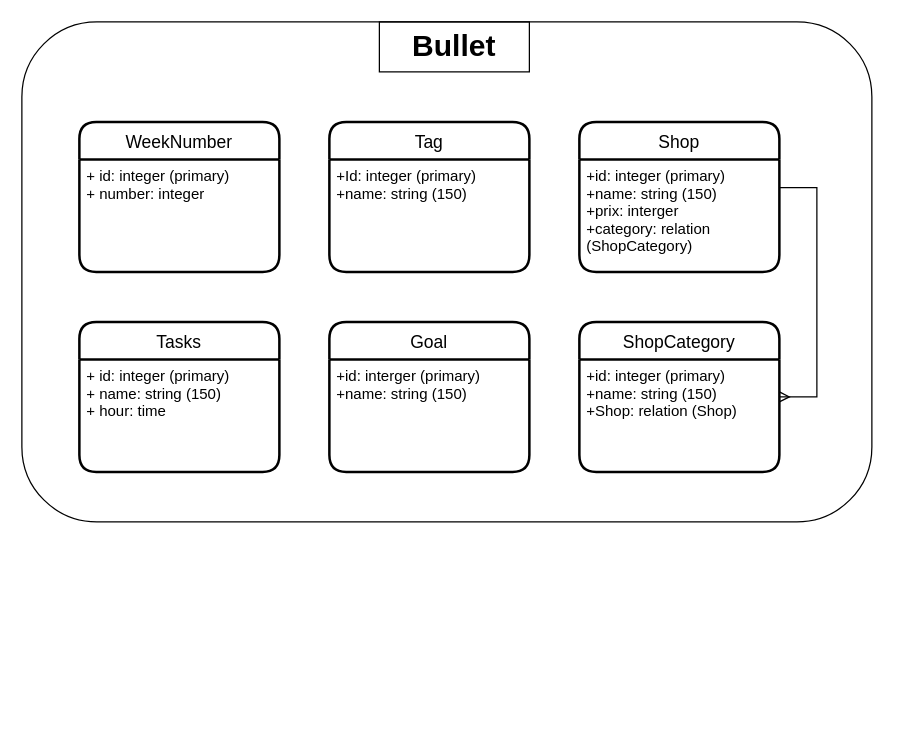
The draw.io diagram public/Bullet.drawio in gwendvr/Portfolio-Gwen, before the edit. Source tidied: cells renumbered, new cells numbered last; positions are measured from the earlier drawing's top-left corner, leaving out a move shared by most shapes. Both pictures are drawn from the tidied source at 125%, with x=0, y=0 at pixel (21, 21).
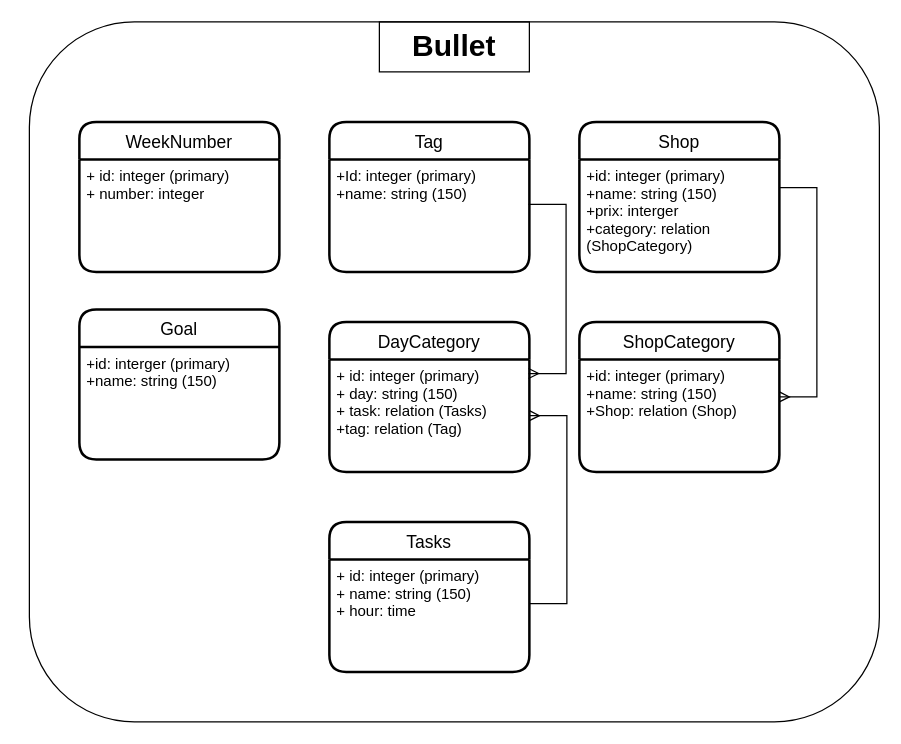
The same diagram, later.

The change refers to these unchanged cells:
```xml
<mxCell id="6" value="+ id: integer (primary)&#10;+ name: string (150)&#10;+ hour: time" style="align=left;strokeColor=none;fillColor=none;spacingLeft=4;fontSize=12;verticalAlign=top;" parent="5" vertex="1">
  <mxGeometry y="30" width="160" height="90" as="geometry" />
</mxCell>
<mxCell id="8" value="+Id: integer (primary)&#10;+name: string (150)" style="align=left;strokeColor=none;fillColor=none;spacingLeft=4;fontSize=12;verticalAlign=top;" parent="7" vertex="1">
  <mxGeometry y="30" width="160" height="90" as="geometry" />
</mxCell>
```

What changed in the source:
```diff
@@
     <mxCell id="4" style="rounded=1;whiteSpace=wrap;html=1;fillColor=none;" parent="1" vertex="1">
-      <mxGeometry width="680" height="400" as="geometry" />
+      <mxGeometry x="6" width="680" height="560" as="geometry" />
     </mxCell>
     <mxCell id="5" value="Tasks" style="swimlane;horizontal=1;startSize=30;rounded=1;fontSize=14;fontStyle=0;strokeWidth=2;shadow=0;dashed=0;align=center;fillColor=none;" parent="1" vertex="1">
-      <mxGeometry x="46" y="240" width="160" height="120" as="geometry" />
+      <mxGeometry x="246" y="400" width="160" height="120" as="geometry" />
     </mxCell>
@@
     <mxCell id="9" value="Goal" style="swimlane;horizontal=1;startSize=30;rounded=1;fontSize=14;fontStyle=0;strokeWidth=2;shadow=0;dashed=0;align=center;fillColor=none;" parent="1" vertex="1">
-      <mxGeometry x="246" y="240" width="160" height="120" as="geometry" />
+      <mxGeometry x="46" y="230" width="160" height="120" as="geometry" />
     </mxCell>
@@
+    <mxCell id="17" value="DayCategory" style="swimlane;horizontal=1;startSize=30;rounded=1;fontSize=14;fontStyle=0;strokeWidth=2;shadow=0;dashed=0;align=center;fillColor=none;" parent="1" vertex="1">
+      <mxGeometry x="246" y="240" width="160" height="120" as="geometry" />
+    </mxCell>
+    <mxCell id="18" value="+ id: integer (primary)&#10;+ day: string (150)&#10;+ task: relation (Tasks)&#10;+tag: relation (Tag)" style="align=left;strokeColor=none;fillColor=none;spacingLeft=4;fontSize=12;verticalAlign=top;" parent="17" vertex="1">
+      <mxGeometry y="30" width="160" height="90" as="geometry" />
+    </mxCell>
+    <mxCell id="19" style="edgeStyle=entityRelationEdgeStyle;fontSize=12;html=1;endArrow=ERmany;rounded=0;entryX=1;entryY=0.5;entryDx=0;entryDy=0;exitX=1;exitY=0.393;exitDx=0;exitDy=0;exitPerimeter=0;" parent="1" edge="1" source="6" target="18">
+      <mxGeometry relative="1" as="geometry" />
+    </mxCell>
+    <mxCell id="20" style="edgeStyle=entityRelationEdgeStyle;fontSize=12;html=1;endArrow=ERmany;rounded=0;entryX=0.996;entryY=0.126;entryDx=0;entryDy=0;exitX=0.996;exitY=0.4;exitDx=0;exitDy=0;entryPerimeter=0;exitPerimeter=0;" parent="1" edge="1" source="8" target="18">
+      <mxGeometry relative="1" as="geometry" />
+    </mxCell>
```
